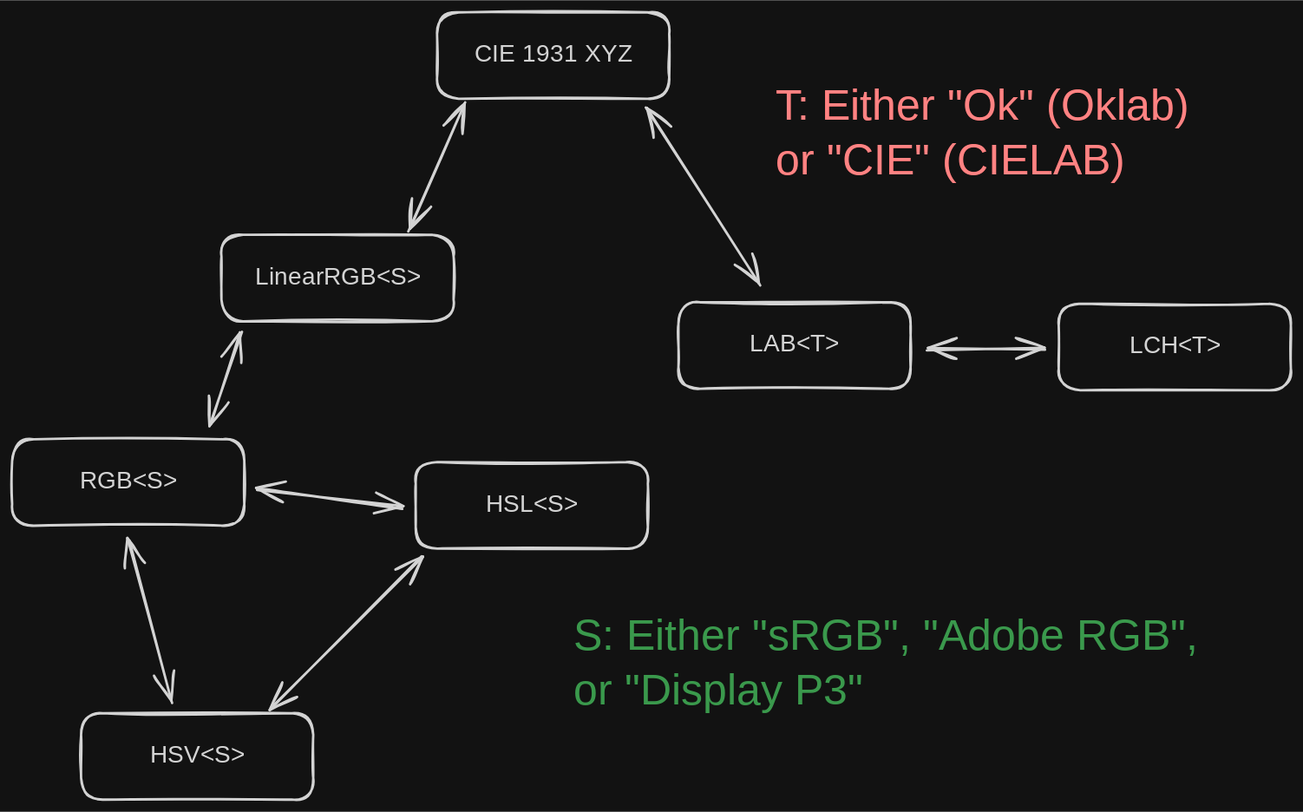
Trombecher/allc keeps this Excalidraw diagram as conversions.excalidraw.svg. Above is the earlier version. Source tidied: one line per element, renumbered; positions are measured from the earlier drawing's top-left corner, leaving out a move shared by most shapes.
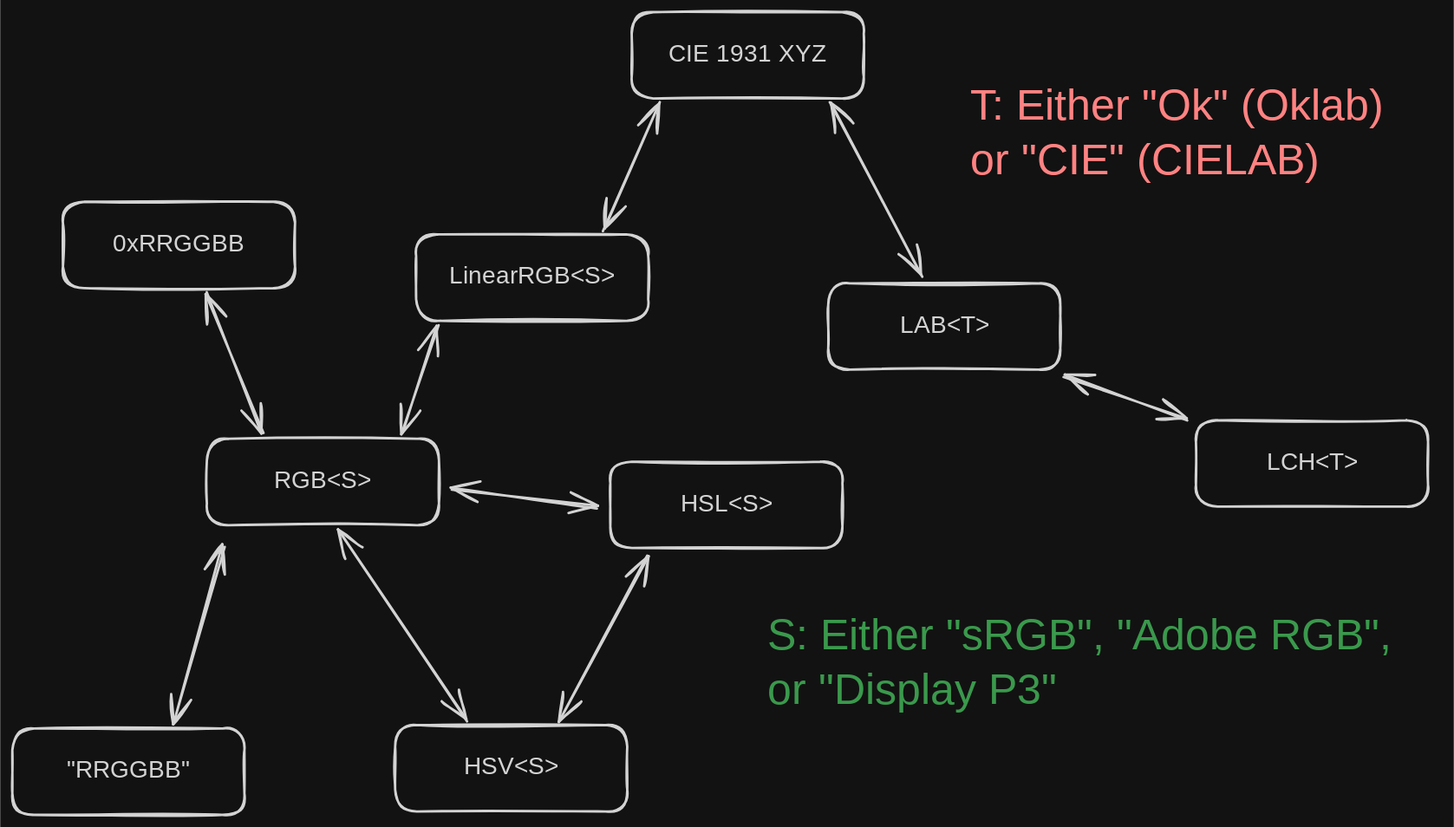
After the commit.

The edit, as a diff of the source:
```diff
@@ -1,23 +1,29 @@
 {"id": 0, "type": "rectangle", "strokeColor": "#1e1e1e", "strokeWidth": 2, "roughness": 1, "round": true, "x": 350, "y": 0, "width": 191, "height": 71}
 {"id": 1, "type": "text", "text": "CIE 1931 XYZ", "strokeColor": "#1e1e1e", "strokeWidth": 2, "roughness": 1, "fontSize": 20, "fontFamily": 5, "textAlign": "center", "verticalAlign": "middle", "inside": 0, "x": 378, "y": 23, "width": 135, "height": 25}
-{"id": 2, "type": "rectangle", "strokeColor": "#1e1e1e", "strokeWidth": 2, "roughness": 1, "round": true, "x": 549, "y": 239, "width": 191, "height": 71}
+{"id": 2, "type": "rectangle", "strokeColor": "#1e1e1e", "strokeWidth": 2, "roughness": 1, "round": true, "x": 512, "y": 223, "width": 191, "height": 71}
-{"id": 3, "type": "text", "text": "LAB<T>", "strokeColor": "#1e1e1e", "strokeWidth": 2, "roughness": 1, "fontSize": 20, "fontFamily": 5, "textAlign": "center", "verticalAlign": "middle", "inside": 2, "x": 605, "y": 262, "width": 79, "height": 25}
+{"id": 3, "type": "text", "text": "LAB<T>", "strokeColor": "#1e1e1e", "strokeWidth": 2, "roughness": 1, "fontSize": 20, "fontFamily": 5, "textAlign": "center", "verticalAlign": "middle", "inside": 2, "x": 568, "y": 247, "width": 79, "height": 25}
 {"id": 4, "type": "rectangle", "strokeColor": "#1e1e1e", "strokeWidth": 2, "roughness": 1, "round": true, "x": 172, "y": 183, "width": 191, "height": 71}
 {"id": 5, "type": "text", "text": "LinearRGB<S>", "strokeColor": "#1e1e1e", "strokeWidth": 2, "roughness": 1, "fontSize": 20, "fontFamily": 5, "textAlign": "center", "verticalAlign": "middle", "inside": 4, "x": 200, "y": 206, "width": 137, "height": 25}
 {"id": 6, "type": "rectangle", "strokeColor": "#1e1e1e", "strokeWidth": 2, "roughness": 1, "round": true, "x": 0, "y": 352, "width": 191, "height": 71}
 {"id": 7, "type": "text", "text": "RGB<S>", "strokeColor": "#1e1e1e", "strokeWidth": 2, "roughness": 1, "fontSize": 20, "fontFamily": 5, "textAlign": "center", "verticalAlign": "middle", "inside": 6, "x": 56, "y": 375, "width": 80, "height": 25}
+{"id": 23, "type": "rectangle", "strokeColor": "#1e1e1e", "strokeWidth": 2, "roughness": 1, "round": true, "x": -119, "y": 156, "width": 191, "height": 71}
+{"id": 24, "type": "text", "text": "0xRRGGBB", "strokeColor": "#1e1e1e", "strokeWidth": 2, "roughness": 1, "fontSize": 20, "fontFamily": 5, "textAlign": "center", "verticalAlign": "middle", "inside": 23, "x": -81, "y": 179, "width": 116, "height": 25}
+{"id": 25, "type": "rectangle", "strokeColor": "#1e1e1e", "strokeWidth": 2, "roughness": 1, "round": true, "x": -160, "y": 590, "width": 191, "height": 71}
+{"id": 26, "type": "text", "text": "\"RRGGBB\"", "strokeColor": "#1e1e1e", "strokeWidth": 2, "roughness": 1, "fontSize": 20, "fontFamily": 5, "textAlign": "center", "verticalAlign": "middle", "inside": 25, "x": -118, "y": 613, "width": 106, "height": 25}
 {"id": 8, "type": "rectangle", "strokeColor": "#1e1e1e", "strokeWidth": 2, "roughness": 1, "round": true, "x": 332, "y": 370, "width": 191, "height": 71}
 {"id": 9, "type": "text", "text": "HSL<S>", "strokeColor": "#1e1e1e", "strokeWidth": 2, "roughness": 1, "fontSize": 20, "fontFamily": 5, "textAlign": "center", "verticalAlign": "middle", "inside": 8, "x": 393, "y": 393, "width": 69, "height": 25}
-{"id": 10, "type": "rectangle", "strokeColor": "#1e1e1e", "strokeWidth": 2, "roughness": 1, "round": true, "x": 57, "y": 577, "width": 191, "height": 71}
+{"id": 10, "type": "rectangle", "strokeColor": "#1e1e1e", "strokeWidth": 2, "roughness": 1, "round": true, "x": 155, "y": 587, "width": 191, "height": 71}
-{"id": 11, "type": "text", "text": "HSV<S>", "strokeColor": "#1e1e1e", "strokeWidth": 2, "roughness": 1, "fontSize": 20, "fontFamily": 5, "textAlign": "center", "verticalAlign": "middle", "inside": 10, "x": 117, "y": 600, "width": 70, "height": 25}
+{"id": 11, "type": "text", "text": "HSV<S>", "strokeColor": "#1e1e1e", "strokeWidth": 2, "roughness": 1, "fontSize": 20, "fontFamily": 5, "textAlign": "center", "verticalAlign": "middle", "inside": 10, "x": 216, "y": 611, "width": 70, "height": 25}
-{"id": 12, "type": "rectangle", "strokeColor": "#1e1e1e", "strokeWidth": 2, "roughness": 1, "round": true, "x": 862, "y": 240, "width": 191, "height": 71}
+{"id": 12, "type": "rectangle", "strokeColor": "#1e1e1e", "strokeWidth": 2, "roughness": 1, "round": true, "x": 815, "y": 336, "width": 191, "height": 71}
-{"id": 13, "type": "text", "text": "LCH<T>", "strokeColor": "#1e1e1e", "strokeWidth": 2, "roughness": 1, "fontSize": 20, "fontFamily": 5, "textAlign": "center", "verticalAlign": "middle", "inside": 12, "x": 921, "y": 263, "width": 74, "height": 25}
+{"id": 13, "type": "text", "text": "LCH<T>", "strokeColor": "#1e1e1e", "strokeWidth": 2, "roughness": 1, "fontSize": 20, "fontFamily": 5, "textAlign": "center", "verticalAlign": "middle", "inside": 12, "x": 873, "y": 359, "width": 74, "height": 25}
-{"id": 14, "type": "arrow", "strokeColor": "#1e1e1e", "strokeWidth": 2, "roughness": 1, "startArrowhead": "arrow", "endArrowhead": "arrow", "round": true, "from": 0, "to": 2, "x": 522, "y": 78, "width": 94, "height": 146, "points": [[0, 0], [94, 146]]}
+{"id": 14, "type": "arrow", "strokeColor": "#1e1e1e", "strokeWidth": 2, "roughness": 1, "startArrowhead": "arrow", "endArrowhead": "arrow", "round": true, "from": 0, "to": 2, "x": 513, "y": 74, "width": 76, "height": 144, "points": [[0, 0], [76, 144]]}
-{"id": 15, "type": "arrow", "strokeColor": "#1e1e1e", "strokeWidth": 2, "roughness": 1, "startArrowhead": "arrow", "endArrowhead": "arrow", "round": true, "from": 2, "to": 12, "x": 753, "y": 278, "width": 96, "height": 1, "points": [[0, 0], [96, -1]]}
+{"id": 15, "type": "arrow", "strokeColor": "#1e1e1e", "strokeWidth": 2, "roughness": 1, "startArrowhead": "arrow", "endArrowhead": "arrow", "round": true, "from": 2, "to": 12, "x": 706, "y": 300, "width": 101, "height": 36, "points": [[0, 0], [101, 36]]}
 {"id": 16, "type": "arrow", "strokeColor": "#1e1e1e", "strokeWidth": 2, "roughness": 1, "startArrowhead": "arrow", "endArrowhead": "arrow", "round": true, "from": 4, "to": 0, "x": 328, "y": 179, "width": 44, "height": 104, "points": [[0, 0], [44, -104]]}
-{"id": 17, "type": "arrow", "strokeColor": "#1e1e1e", "strokeWidth": 2, "roughness": 1, "startArrowhead": "arrow", "endArrowhead": "arrow", "round": true, "from": 4, "to": 6, "x": 189, "y": 263, "width": 25, "height": 77, "points": [[0, 0], [-25, 77]]}
+{"id": 17, "type": "arrow", "strokeColor": "#1e1e1e", "strokeWidth": 2, "roughness": 1, "startArrowhead": "arrow", "endArrowhead": "arrow", "round": true, "from": 4, "to": 6, "x": 190, "y": 258, "width": 29, "height": 89, "points": [[0, 0], [-29, 89]]}
+{"id": 27, "type": "arrow", "strokeColor": "#1e1e1e", "strokeWidth": 2, "roughness": 1, "startArrowhead": "arrow", "endArrowhead": "arrow", "round": true, "from": 6, "to": 23, "x": 46, "y": 346, "width": 46, "height": 115, "points": [[0, 0], [-46, -115]]}
+{"id": 28, "type": "arrow", "strokeColor": "#1e1e1e", "strokeWidth": 2, "roughness": 1, "startArrowhead": "arrow", "endArrowhead": "arrow", "round": true, "from": 6, "to": 25, "x": 13, "y": 439, "width": 41, "height": 147, "points": [[0, 0], [-41, 147]]}
-{"id": 18, "type": "arrow", "strokeColor": "#1e1e1e", "strokeWidth": 2, "roughness": 1, "startArrowhead": "arrow", "endArrowhead": "arrow", "round": true, "from": 8, "to": 6, "x": 321, "y": 407, "width": 120, "height": 15, "points": [[0, 0], [-120, -15]]}
+{"id": 18, "type": "arrow", "strokeColor": "#1e1e1e", "strokeWidth": 2, "roughness": 1, "startArrowhead": "arrow", "endArrowhead": "arrow", "round": true, "from": 8, "to": 6, "x": 321, "y": 408, "width": 120, "height": 15, "points": [[0, 0], [-120, -15]]}
-{"id": 19, "type": "arrow", "strokeColor": "#1e1e1e", "strokeWidth": 2, "roughness": 1, "startArrowhead": "arrow", "endArrowhead": "arrow", "round": true, "from": 6, "to": 10, "x": 96, "y": 434, "width": 35, "height": 134, "points": [[0, 0], [35, 134]]}
+{"id": 19, "type": "arrow", "strokeColor": "#1e1e1e", "strokeWidth": 2, "roughness": 1, "startArrowhead": "arrow", "endArrowhead": "arrow", "round": true, "from": 6, "to": 10, "x": 109, "y": 427, "width": 105, "height": 157, "points": [[0, 0], [105, 157]]}
-{"id": 20, "type": "arrow", "strokeColor": "#1e1e1e", "strokeWidth": 2, "roughness": 1, "startArrowhead": "arrow", "endArrowhead": "arrow", "round": true, "from": 8, "to": 10, "x": 338, "y": 447, "width": 125, "height": 126, "points": [[0, 0], [-125, 126]]}
+{"id": 20, "type": "arrow", "strokeColor": "#1e1e1e", "strokeWidth": 2, "roughness": 1, "startArrowhead": "arrow", "endArrowhead": "arrow", "round": true, "from": 8, "to": 10, "x": 363, "y": 447, "width": 73, "height": 136, "points": [[0, 0], [-73, 136]]}
 {"id": 21, "type": "text", "text": "T: Either \"Ok\" (Oklab)\nor \"CIE\" (CIELAB)", "strokeColor": "#e03131", "strokeWidth": 2, "roughness": 1, "fontSize": 36, "fontFamily": 5, "x": 629, "y": 57, "width": 389, "height": 90}
 {"id": 22, "type": "text", "text": "S: Either \"sRGB\", \"Adobe RGB\",\nor \"Display P3\"", "strokeColor": "#2f9e44", "strokeWidth": 2, "roughness": 1, "fontSize": 36, "fontFamily": 5, "x": 462, "y": 493, "width": 550, "height": 90}
```
